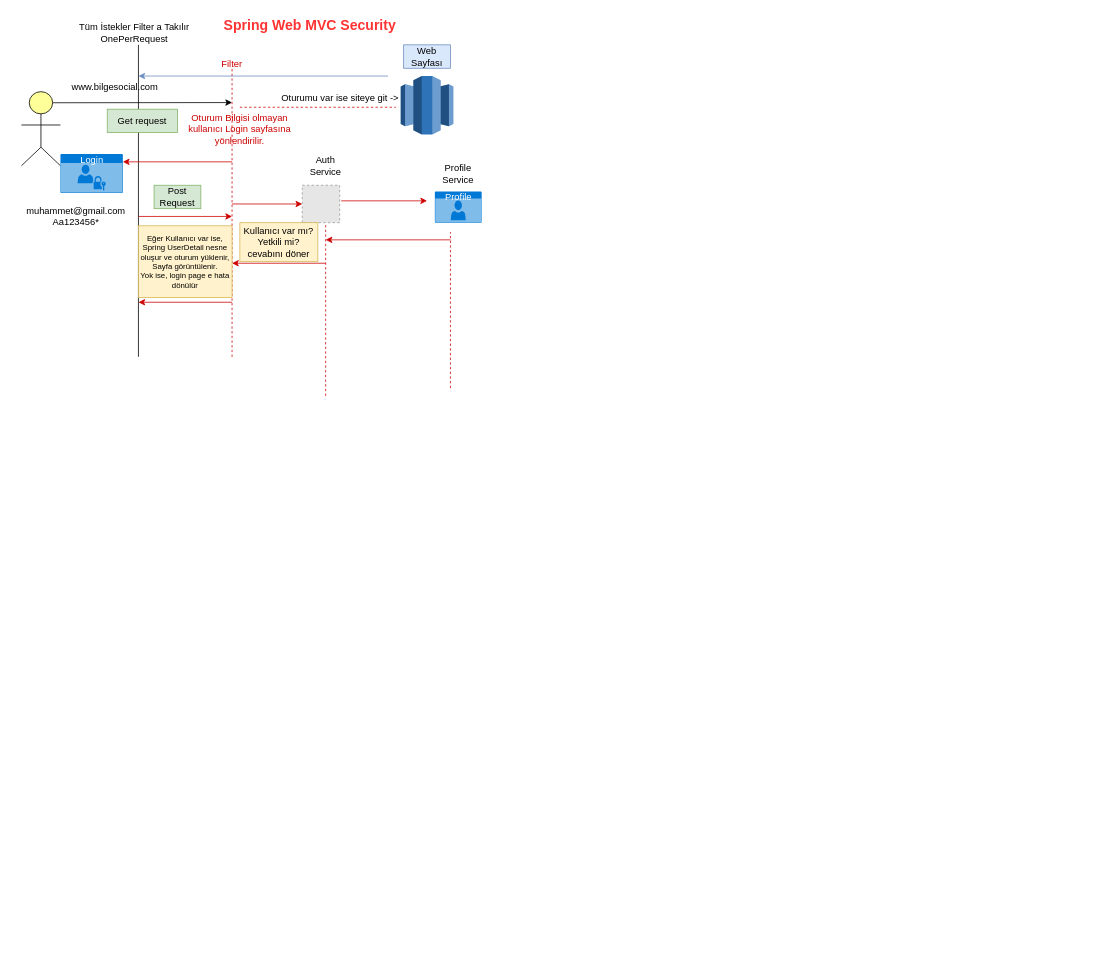
The draw.io diagram SpringSecurityShema.drawio in muhammedali55/BilgeAdamSocialMedia, before the edit. Source tidied: cells renumbered, new cells numbered last; positions are measured from the earlier drawing's top-left corner, leaving out a move shared by most shapes. Both pictures are drawn from the tidied source at 78%, with x=0, y=0 at pixel (13, 13). Pictures stored in the file or linked from it are replaced by grey dashed boxes.
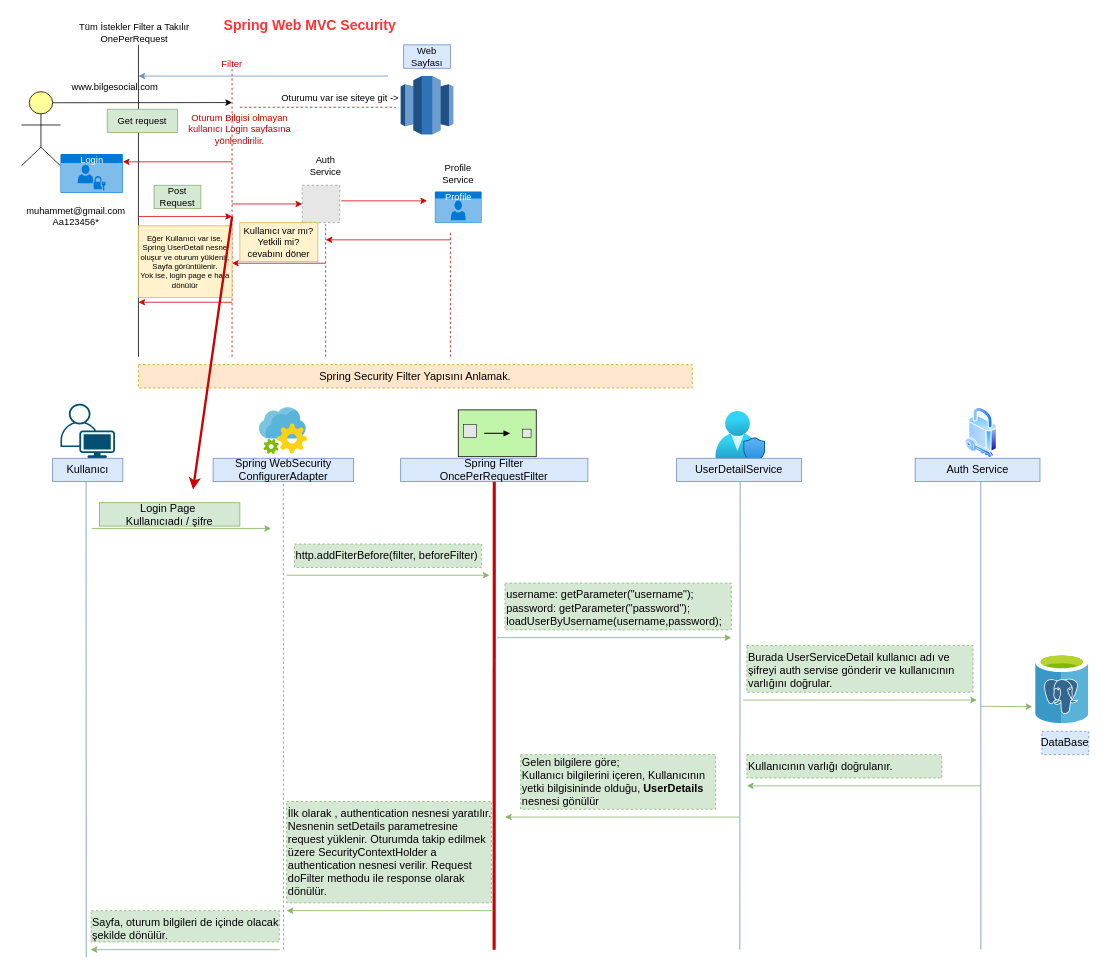
The same page after the edit.

Diff of the diagram source:
```diff
@@
     <mxCell id="24" style="endArrow=none;dashed=1;html=1;rounded=0;fontSize=12;fontColor=#000000;strokeColor=#CC0000;" parent="1" edge="1">
       <mxGeometry relative="1" as="geometry">
-        <mxPoint x="400" y="490" as="sourcePoint" />
+        <mxPoint x="400" y="440" as="sourcePoint" />
         <mxPoint x="400" y="270" as="targetPoint" />
       </mxGeometry>
     </mxCell>
@@
     <mxCell id="30" style="endArrow=none;dashed=1;html=1;rounded=0;fontSize=12;fontColor=#000000;strokeColor=#CC0000;" parent="1" edge="1">
       <mxGeometry relative="1" as="geometry">
-        <mxPoint x="560" y="480" as="sourcePoint" />
+        <mxPoint x="560" y="440" as="sourcePoint" />
         <mxPoint x="560" y="280" as="targetPoint" />
       </mxGeometry>
     </mxCell>
@@
+    <mxCell id="36" value="Spring Security Filter Yapısını Anlamak." style="text;html=1;strokeColor=#d79b00;fillColor=#ffe6cc;align=center;verticalAlign=middle;whiteSpace=wrap;rounded=0;labelBorderColor=none;fontSize=14;dashed=1;" parent="1" vertex="1">
+      <mxGeometry x="160" y="450" width="710" height="30" as="geometry" />
+    </mxCell>
+    <mxCell id="37" style="points=[[0.35,0,0],[0.98,0.51,0],[1,0.71,0],[0.67,1,0],[0,0.795,0],[0,0.65,0]];verticalLabelPosition=bottom;sketch=0;html=1;verticalAlign=top;align=center;shape=mxgraph.cisco19.user;fillColor=#005073;strokeColor=none;labelBorderColor=none;fontSize=14;fontColor=#000000;" parent="1" vertex="1">
+      <mxGeometry x="60" y="500" width="70" height="70" as="geometry" />
+    </mxCell>
+    <mxCell id="38" style="endArrow=none;html=1;rounded=0;fontSize=14;fontColor=#000000;strokeColor=#6c8ebf;entryX=0.47;entryY=1.059;entryDx=0;entryDy=0;entryPerimeter=0;fillColor=#dae8fc;" parent="1" edge="1" target="37">
+      <mxGeometry relative="1" as="geometry">
+        <mxPoint x="93" y="1210" as="sourcePoint" />
+      </mxGeometry>
+    </mxCell>
+    <mxCell id="39" value="Kullanıcı" style="text;html=1;strokeColor=#6c8ebf;fillColor=#dae8fc;align=center;verticalAlign=middle;whiteSpace=wrap;rounded=0;labelBorderColor=none;fontSize=14;" parent="1" vertex="1">
+      <mxGeometry x="50" y="570" width="90" height="30" as="geometry" />
+    </mxCell>
+    <mxCell id="40" value="Spring Filter&lt;br&gt;OncePerRequestFilter" style="text;html=1;strokeColor=#6c8ebf;fillColor=#dae8fc;align=center;verticalAlign=middle;whiteSpace=wrap;rounded=0;labelBorderColor=none;fontSize=14;" parent="1" vertex="1">
+      <mxGeometry x="496.2" y="570" width="240" height="30" as="geometry" />
+    </mxCell>
+    <mxCell id="41" style="endArrow=none;html=1;rounded=0;fontSize=14;fontColor=#000000;strokeColor=#CC0000;entryX=0.5;entryY=1;entryDx=0;entryDy=0;strokeWidth=4;" parent="1" edge="1" target="40">
+      <mxGeometry relative="1" as="geometry">
+        <mxPoint x="616" y="1200" as="sourcePoint" />
+      </mxGeometry>
+    </mxCell>
+    <mxCell id="42" style="endArrow=classic;html=1;rounded=0;fontSize=14;fontColor=#000000;strokeColor=#82b366;strokeWidth=1;fillColor=#d5e8d4;" parent="1" edge="1">
+      <mxGeometry relative="1" as="geometry">
+        <mxPoint x="100" y="660" as="sourcePoint" />
+        <mxPoint x="330" y="660" as="targetPoint" />
+      </mxGeometry>
+    </mxCell>
+    <mxCell id="43" value="Login Page&amp;nbsp;&lt;br&gt;Kullanıcıadı / şifre" style="text;html=1;strokeColor=#82b366;fillColor=#d5e8d4;align=center;verticalAlign=middle;whiteSpace=wrap;rounded=0;labelBorderColor=none;fontSize=14;" parent="1" vertex="1">
+      <mxGeometry x="110" y="627" width="180" height="30" as="geometry" />
+    </mxCell>
+    <mxCell id="44" style="endArrow=classic;html=1;rounded=0;fontSize=14;fontColor=#000000;strokeColor=#CC0000;strokeWidth=3;" parent="1" edge="1">
+      <mxGeometry relative="1" as="geometry">
+        <mxPoint x="280" y="260" as="sourcePoint" />
+        <mxPoint x="230" y="610" as="targetPoint" />
+      </mxGeometry>
+    </mxCell>
+    <mxCell id="45" style="strokeWidth=1;dashed=0;align=center;fontSize=8;fillColor=#c0f5a9;verticalLabelPosition=bottom;verticalAlign=top;shape=mxgraph.eip.content_filter;labelBorderColor=none;fontColor=#000000;" parent="1" vertex="1">
+      <mxGeometry x="570" y="508" width="100" height="60" as="geometry" />
+    </mxCell>
+    <mxCell id="46" style="sketch=0;html=1;align=center;image;fontSize=12;image=img/lib/mscae/App_Configuration.svg;dashed=1;labelBorderColor=none;fontColor=#000000;" parent="1" vertex="1">
+      <mxGeometry x="315" y="504.9" width="61.4" height="60.2" as="geometry" />
+    </mxCell>
+    <mxCell id="47" value="Spring WebSecurity ConfigurerAdapter" style="text;html=1;strokeColor=#6c8ebf;fillColor=#dae8fc;align=center;verticalAlign=middle;whiteSpace=wrap;rounded=0;labelBorderColor=none;fontSize=14;" parent="1" vertex="1">
+      <mxGeometry x="255.7" y="570" width="180" height="30" as="geometry" />
+    </mxCell>
+    <mxCell id="48" style="endArrow=none;dashed=1;html=1;rounded=0;fontSize=14;fontColor=#000000;strokeColor=#6c8ebf;strokeWidth=1;entryX=0.5;entryY=1;entryDx=0;entryDy=0;fillColor=#dae8fc;" parent="1" edge="1" target="47">
+      <mxGeometry relative="1" as="geometry">
+        <mxPoint x="346" y="1200" as="sourcePoint" />
+      </mxGeometry>
+    </mxCell>
+    <mxCell id="49" style="endArrow=classic;html=1;rounded=0;fontSize=14;fontColor=#000000;strokeColor=#82b366;strokeWidth=1;fillColor=#d5e8d4;" parent="1" edge="1">
+      <mxGeometry relative="1" as="geometry">
+        <mxPoint x="350" y="720" as="sourcePoint" />
+        <mxPoint x="610" y="720" as="targetPoint" />
+      </mxGeometry>
+    </mxCell>
+    <mxCell id="50" value="http.addFiterBefore(filter, beforeFilter)" style="text;html=1;strokeColor=#82b366;fillColor=#d5e8d4;align=left;verticalAlign=top;whiteSpace=wrap;rounded=0;dashed=1;labelBorderColor=none;fontSize=14;" parent="1" vertex="1">
+      <mxGeometry x="360" y="680" width="240" height="30" as="geometry" />
+    </mxCell>
+    <mxCell id="51" style="html=1;align=center;image;fontSize=12;image=img/lib/azure2/management_governance/User_Privacy.svg;dashed=1;labelBorderColor=none;fontColor=#000000;" parent="1" vertex="1">
+      <mxGeometry x="900" y="510" width="64" height="68" as="geometry" />
+    </mxCell>
+    <mxCell id="52" value="UserDetailService" style="text;html=1;strokeColor=#6c8ebf;fillColor=#dae8fc;align=center;verticalAlign=middle;whiteSpace=wrap;rounded=0;labelBorderColor=none;fontSize=14;" parent="1" vertex="1">
+      <mxGeometry x="850" y="570" width="160" height="30" as="geometry" />
+    </mxCell>
+    <mxCell id="53" style="endArrow=none;html=1;rounded=0;fontSize=14;fontColor=#000000;strokeColor=#6c8ebf;entryX=0.47;entryY=1.059;entryDx=0;entryDy=0;entryPerimeter=0;fillColor=#dae8fc;" parent="1" edge="1">
+      <mxGeometry relative="1" as="geometry">
+        <mxPoint x="931" y="1200" as="sourcePoint" />
+        <mxPoint x="931.4" y="600" as="targetPoint" />
+      </mxGeometry>
+    </mxCell>
+    <mxCell id="54" value="username: getParameter(&quot;username&quot;);&lt;br&gt;password: getParameter(&quot;password&quot;);&lt;br&gt;loadUserByUsername(username,password);" style="text;html=1;strokeColor=#82b366;fillColor=#d5e8d4;align=left;verticalAlign=top;whiteSpace=wrap;rounded=0;dashed=1;labelBorderColor=none;fontSize=14;" parent="1" vertex="1">
+      <mxGeometry x="630" y="730" width="290" height="60" as="geometry" />
+    </mxCell>
+    <mxCell id="55" style="endArrow=classic;html=1;rounded=0;fontSize=14;fontColor=#000000;strokeColor=#82b366;strokeWidth=1;fillColor=#d5e8d4;" parent="1" edge="1">
+      <mxGeometry relative="1" as="geometry">
+        <mxPoint x="620" y="800" as="sourcePoint" />
+        <mxPoint x="920" y="800" as="targetPoint" />
+      </mxGeometry>
+    </mxCell>
+    <mxCell id="56" style="perimeter=ellipsePerimeter;html=1;align=center;shadow=0;dashed=0;spacingTop=3;image;image=img/lib/active_directory/security.svg;labelBorderColor=none;fontSize=14;fontColor=#000000;" parent="1" vertex="1">
+      <mxGeometry x="1220" y="504.9" width="41" height="65.1" as="geometry" />
+    </mxCell>
+    <mxCell id="57" value="Auth Service" style="text;html=1;strokeColor=#6c8ebf;fillColor=#dae8fc;align=center;verticalAlign=middle;whiteSpace=wrap;rounded=0;labelBorderColor=none;fontSize=14;" parent="1" vertex="1">
+      <mxGeometry x="1155.8" y="570" width="160" height="30" as="geometry" />
+    </mxCell>
+    <mxCell id="58" style="endArrow=none;html=1;rounded=0;fontSize=14;fontColor=#000000;strokeColor=#6c8ebf;entryX=0.47;entryY=1.059;entryDx=0;entryDy=0;entryPerimeter=0;fillColor=#dae8fc;" parent="1" edge="1">
+      <mxGeometry relative="1" as="geometry">
+        <mxPoint x="1240" y="1200" as="sourcePoint" />
+        <mxPoint x="1239.9" y="600" as="targetPoint" />
+      </mxGeometry>
+    </mxCell>
+    <mxCell id="59" value="Burada UserServiceDetail kullanıcı adı ve şifreyi auth servise gönderir ve kullanıcının varlığını doğrular." style="text;html=1;strokeColor=#82b366;fillColor=#d5e8d4;align=left;verticalAlign=top;whiteSpace=wrap;rounded=0;dashed=1;labelBorderColor=none;fontSize=14;" parent="1" vertex="1">
+      <mxGeometry x="940" y="810" width="290" height="60" as="geometry" />
+    </mxCell>
+    <mxCell id="60" style="sketch=0;html=1;points=[];align=center;image;fontSize=12;image=img/lib/mscae/Azure_Database_for_PostgreSQL_servers.svg;dashed=1;labelBorderColor=none;fontColor=#000000;" parent="1" vertex="1">
+      <mxGeometry x="1310" y="820" width="68.4" height="90" as="geometry" />
+    </mxCell>
+    <mxCell id="61" value="DataBase" style="text;html=1;strokeColor=#6c8ebf;fillColor=#dae8fc;align=center;verticalAlign=middle;whiteSpace=wrap;rounded=0;dashed=1;labelBorderColor=none;fontSize=14;" parent="1" vertex="1">
+      <mxGeometry x="1318.4" y="920" width="60" height="30" as="geometry" />
+    </mxCell>
+    <mxCell id="62" style="endArrow=classic;html=1;rounded=0;fontSize=14;fontColor=#000000;strokeColor=#82b366;strokeWidth=1;fillColor=#d5e8d4;" parent="1" edge="1">
+      <mxGeometry relative="1" as="geometry">
+        <mxPoint x="935" y="880" as="sourcePoint" />
+        <mxPoint x="1235" y="880" as="targetPoint" />
+      </mxGeometry>
+    </mxCell>
+    <mxCell id="63" style="endArrow=classic;html=1;rounded=0;fontSize=14;fontColor=#000000;strokeColor=#82b366;strokeWidth=1;entryX=-0.058;entryY=0.761;entryDx=0;entryDy=0;entryPerimeter=0;fillColor=#d5e8d4;" parent="1" edge="1" target="60">
+      <mxGeometry relative="1" as="geometry">
+        <mxPoint x="1240" y="888" as="sourcePoint" />
+      </mxGeometry>
+    </mxCell>
+    <mxCell id="64" style="endArrow=classic;html=1;rounded=0;fontSize=14;fontColor=#000000;strokeColor=#82b366;strokeWidth=1;fillColor=#d5e8d4;" parent="1" edge="1">
+      <mxGeometry relative="1" as="geometry">
+        <mxPoint x="1240" y="990" as="sourcePoint" />
+        <mxPoint x="940" y="990" as="targetPoint" />
+      </mxGeometry>
+    </mxCell>
+    <mxCell id="65" value="Kullanıcının varlığı doğrulanır." style="text;html=1;strokeColor=#82b366;fillColor=#d5e8d4;align=left;verticalAlign=middle;whiteSpace=wrap;rounded=0;dashed=1;labelBorderColor=none;fontSize=14;" parent="1" vertex="1">
+      <mxGeometry x="940" y="950" width="250" height="30" as="geometry" />
+    </mxCell>
+    <mxCell id="66" style="endArrow=classic;html=1;rounded=0;fontSize=14;fontColor=#000000;strokeColor=#82b366;strokeWidth=1;fillColor=#d5e8d4;" parent="1" edge="1">
+      <mxGeometry relative="1" as="geometry">
+        <mxPoint x="930" y="1030" as="sourcePoint" />
+        <mxPoint x="630" y="1030" as="targetPoint" />
+      </mxGeometry>
+    </mxCell>
+    <mxCell id="67" value="Gelen bilgilere göre;&lt;br&gt;Kullanıcı bilgilerini içeren, Kullanıcının yetki bilgisininde olduğu, &lt;b&gt;UserDetails&lt;/b&gt; nesnesi gönülür&amp;nbsp;" style="text;html=1;strokeColor=#82b366;fillColor=#d5e8d4;align=left;verticalAlign=middle;whiteSpace=wrap;rounded=0;dashed=1;labelBorderColor=none;fontSize=14;" parent="1" vertex="1">
+      <mxGeometry x="650" y="950" width="250" height="70" as="geometry" />
+    </mxCell>
+    <mxCell id="68" style="endArrow=classic;html=1;rounded=0;fontSize=14;fontColor=#000000;strokeColor=#82b366;strokeWidth=1;fillColor=#d5e8d4;" parent="1" edge="1">
+      <mxGeometry relative="1" as="geometry">
+        <mxPoint x="615" y="1150" as="sourcePoint" />
+        <mxPoint x="350" y="1150" as="targetPoint" />
+      </mxGeometry>
+    </mxCell>
+    <mxCell id="69" value="İlk olarak , authentication nesnesi yaratılır. Nesnenin setDetails parametresine request yüklenir. Oturumda takip edilmek üzere SecurityContextHolder a authentication nesnesi verilir. Request doFilter methodu ile response olarak dönülür." style="text;html=1;strokeColor=#82b366;fillColor=#d5e8d4;align=left;verticalAlign=top;whiteSpace=wrap;rounded=0;dashed=1;labelBorderColor=none;fontSize=14;" parent="1" vertex="1">
+      <mxGeometry x="350" y="1010" width="262.5" height="130" as="geometry" />
+    </mxCell>
+    <mxCell id="70" style="endArrow=classic;html=1;rounded=0;fontSize=14;fontColor=#000000;strokeColor=#82b366;strokeWidth=1;fillColor=#d5e8d4;" parent="1" edge="1">
+      <mxGeometry relative="1" as="geometry">
+        <mxPoint x="341.2" y="1200" as="sourcePoint" />
+        <mxPoint x="98.8" y="1200" as="targetPoint" />
+      </mxGeometry>
+    </mxCell>
+    <mxCell id="71" value="Sayfa, oturum bilgileri de içinde olacak şekilde dönülür." style="text;html=1;strokeColor=#82b366;fillColor=#d5e8d4;align=left;verticalAlign=top;whiteSpace=wrap;rounded=0;dashed=1;labelBorderColor=none;fontSize=14;" parent="1" vertex="1">
+      <mxGeometry x="99.4" y="1150" width="241.2" height="40" as="geometry" />
+    </mxCell>
```
